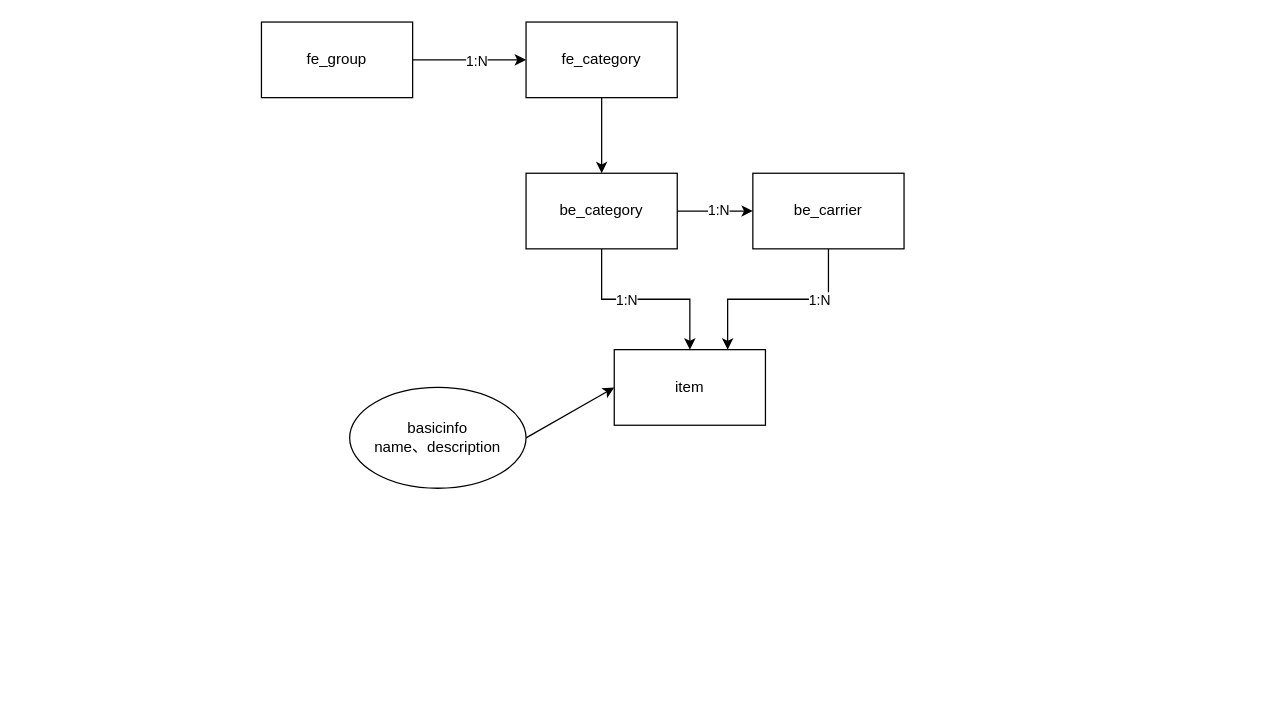
Above: page "item_model" (13 of 13) of source/diagrams/hotel.drawio in wxquare/wxquare.github.io (draw.io), before the change. Source tidied: cells renumbered, new cells numbered last; positions are measured from the earlier drawing's top-left corner, leaving out a move shared by most shapes. Both pictures are drawn from the tidied source at 126%, with x=0, y=0 at pixel (261, 21).
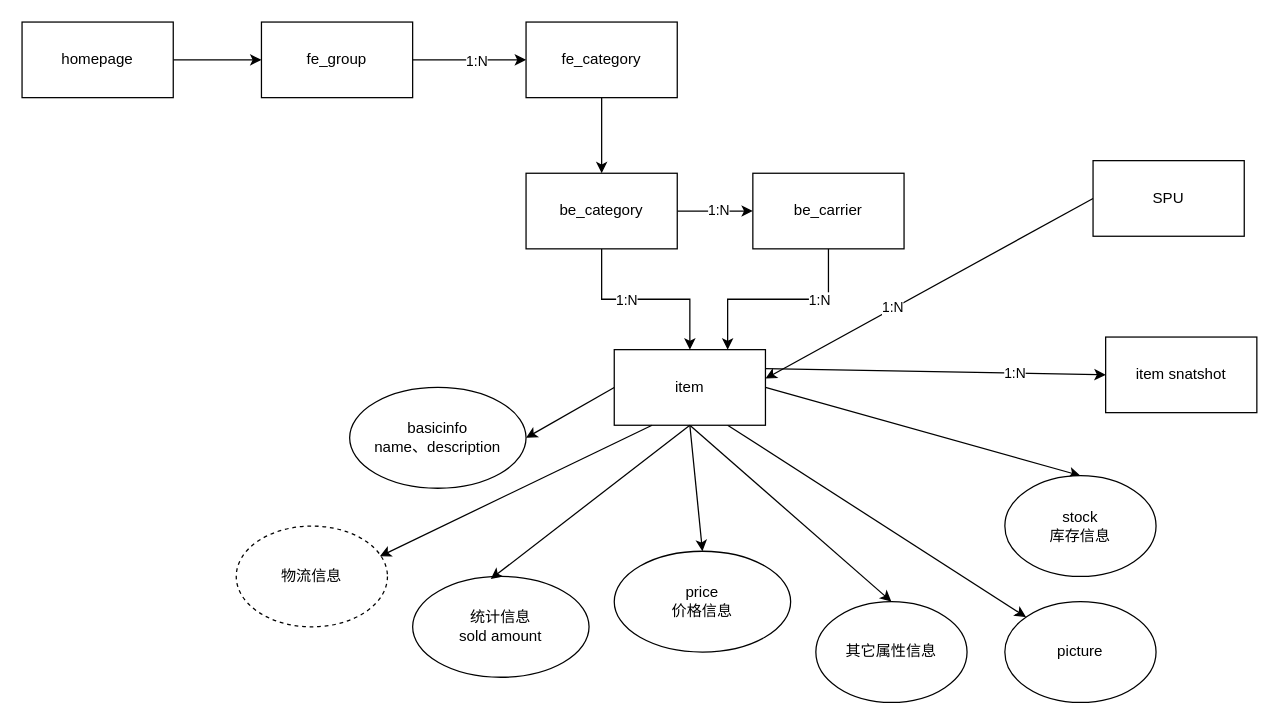
The same diagram, later.

The change refers to these unchanged cells:
```xml
<mxCell id="4" value="fe_group" style="rounded=0;whiteSpace=wrap;html=1;" parent="1" vertex="1">
  <mxGeometry width="120" height="60" as="geometry" />
</mxCell>
<mxCell id="7" value="item" style="rounded=0;whiteSpace=wrap;html=1;" parent="1" vertex="1">
  <mxGeometry x="280" y="260" width="120" height="60" as="geometry" />
</mxCell>
<mxCell id="17" value="basicinfo&lt;div&gt;name、description&lt;/div&gt;" style="ellipse;whiteSpace=wrap;html=1;" parent="1" vertex="1">
  <mxGeometry x="70" y="290" width="140" height="80" as="geometry" />
</mxCell>
```

Change to the diagram source:
```diff
@@
+    <mxCell id="18" style="edgeStyle=none;rounded=0;jettySize=auto;html=1;exitX=0;exitY=0.5;exitDx=0;exitDy=0;entryX=1;entryY=0.5;entryDx=0;entryDy=0;" parent="1" edge="1" source="7" target="17">
+      <mxGeometry relative="1" as="geometry" />
+    </mxCell>
+    <mxCell id="19" style="edgeStyle=none;rounded=0;jettySize=auto;html=1;exitX=0.5;exitY=1;exitDx=0;exitDy=0;entryX=0.5;entryY=0;entryDx=0;entryDy=0;" parent="1" edge="1" source="7" target="27">
+      <mxGeometry relative="1" as="geometry" />
+    </mxCell>
+    <mxCell id="20" style="edgeStyle=none;rounded=0;jettySize=auto;html=1;exitX=1;exitY=0.5;exitDx=0;exitDy=0;entryX=0.5;entryY=0;entryDx=0;entryDy=0;" parent="1" edge="1" source="7" target="28">
+      <mxGeometry relative="1" as="geometry" />
+    </mxCell>
+    <mxCell id="21" style="edgeStyle=none;rounded=0;jettySize=auto;html=1;exitX=0.5;exitY=1;exitDx=0;exitDy=0;entryX=0.5;entryY=0;entryDx=0;entryDy=0;" parent="1" edge="1" source="7" target="29">
+      <mxGeometry relative="1" as="geometry" />
+    </mxCell>
+    <mxCell id="22" style="edgeStyle=none;rounded=0;jettySize=auto;html=1;exitX=1;exitY=0.25;exitDx=0;exitDy=0;entryX=0;entryY=0.5;entryDx=0;entryDy=0;" parent="1" edge="1" source="7" target="35">
+      <mxGeometry relative="1" as="geometry" />
+    </mxCell>
+    <mxCell id="23" value="1:N" style="edgeLabel;html=1;align=center;verticalAlign=middle;" parent="22" vertex="1">
+      <mxGeometry x="0.47" relative="1" as="geometry" />
+    </mxCell>
+    <mxCell id="24" style="edgeStyle=none;rounded=0;jettySize=auto;html=1;exitX=0.75;exitY=1;exitDx=0;exitDy=0;" parent="1" edge="1" source="7" target="36">
+      <mxGeometry relative="1" as="geometry" />
+    </mxCell>
@@
-    <mxCell id="16" style="edgeStyle=none;rounded=0;jettySize=auto;html=1;exitX=1;exitY=0.5;exitDx=0;exitDy=0;entryX=0;entryY=0.5;entryDx=0;entryDy=0;" parent="1" edge="1" source="17" target="7">
-      <mxGeometry relative="1" as="geometry" />
-    </mxCell>
@@
+    <mxCell id="25" value="统计信息&lt;div&gt;sold amount&lt;/div&gt;" style="ellipse;whiteSpace=wrap;html=1;" parent="1" vertex="1">
+      <mxGeometry x="120" y="440" width="140" height="80" as="geometry" />
+    </mxCell>
+    <mxCell id="26" style="edgeStyle=none;rounded=0;jettySize=auto;html=1;exitX=0.5;exitY=1;exitDx=0;exitDy=0;entryX=0.443;entryY=0.025;entryDx=0;entryDy=0;entryPerimeter=0;" parent="1" edge="1" source="7" target="25">
+      <mxGeometry relative="1" as="geometry" />
+    </mxCell>
+    <mxCell id="27" value="&lt;div&gt;price&lt;/div&gt;价格信息" style="ellipse;whiteSpace=wrap;html=1;" parent="1" vertex="1">
+      <mxGeometry x="280" y="420" width="140" height="80" as="geometry" />
+    </mxCell>
+    <mxCell id="28" value="stock&lt;div&gt;库存信息&lt;/div&gt;" style="ellipse;whiteSpace=wrap;html=1;" parent="1" vertex="1">
+      <mxGeometry x="590" y="360" width="120" height="80" as="geometry" />
+    </mxCell>
+    <mxCell id="29" value="其它属性信息" style="ellipse;whiteSpace=wrap;html=1;" parent="1" vertex="1">
+      <mxGeometry x="440" y="460" width="120" height="80" as="geometry" />
+    </mxCell>
+    <mxCell id="30" value="SPU" style="rounded=0;whiteSpace=wrap;html=1;" parent="1" vertex="1">
+      <mxGeometry x="660" y="110" width="120" height="60" as="geometry" />
+    </mxCell>
+    <mxCell id="31" style="edgeStyle=none;rounded=0;jettySize=auto;html=1;exitX=0;exitY=0.5;exitDx=0;exitDy=0;entryX=1;entryY=0.383;entryDx=0;entryDy=0;entryPerimeter=0;" parent="1" edge="1" source="30" target="7">
+      <mxGeometry relative="1" as="geometry" />
+    </mxCell>
+    <mxCell id="32" value="1:N" style="edgeLabel;html=1;align=center;verticalAlign=middle;" parent="31" vertex="1">
+      <mxGeometry x="0.22" y="-1" relative="1" as="geometry" />
+    </mxCell>
+    <mxCell id="33" value="物流信息" style="ellipse;whiteSpace=wrap;html=1;dashed=1;" parent="1" vertex="1">
+      <mxGeometry x="-20" y="400" width="120" height="80" as="geometry" />
+    </mxCell>
+    <mxCell id="34" style="edgeStyle=none;rounded=0;jettySize=auto;html=1;exitX=0.25;exitY=1;exitDx=0;exitDy=0;entryX=0.95;entryY=0.3;entryDx=0;entryDy=0;entryPerimeter=0;" parent="1" edge="1" source="7" target="33">
+      <mxGeometry relative="1" as="geometry" />
+    </mxCell>
+    <mxCell id="35" value="item snatshot" style="rounded=0;whiteSpace=wrap;html=1;" parent="1" vertex="1">
+      <mxGeometry x="670" y="250" width="120" height="60" as="geometry" />
+    </mxCell>
+    <mxCell id="36" value="picture" style="ellipse;whiteSpace=wrap;html=1;" parent="1" vertex="1">
+      <mxGeometry x="590" y="460" width="120" height="80" as="geometry" />
+    </mxCell>
+    <mxCell id="37" style="edgeStyle=none;rounded=0;jettySize=auto;html=1;exitX=1;exitY=0.5;exitDx=0;exitDy=0;entryX=0;entryY=0.5;entryDx=0;entryDy=0;" parent="1" edge="1" source="38" target="4">
+      <mxGeometry relative="1" as="geometry" />
+    </mxCell>
+    <mxCell id="38" value="homepage" style="rounded=0;whiteSpace=wrap;html=1;" parent="1" vertex="1">
+      <mxGeometry x="-190" width="120" height="60" as="geometry" />
+    </mxCell>
```
